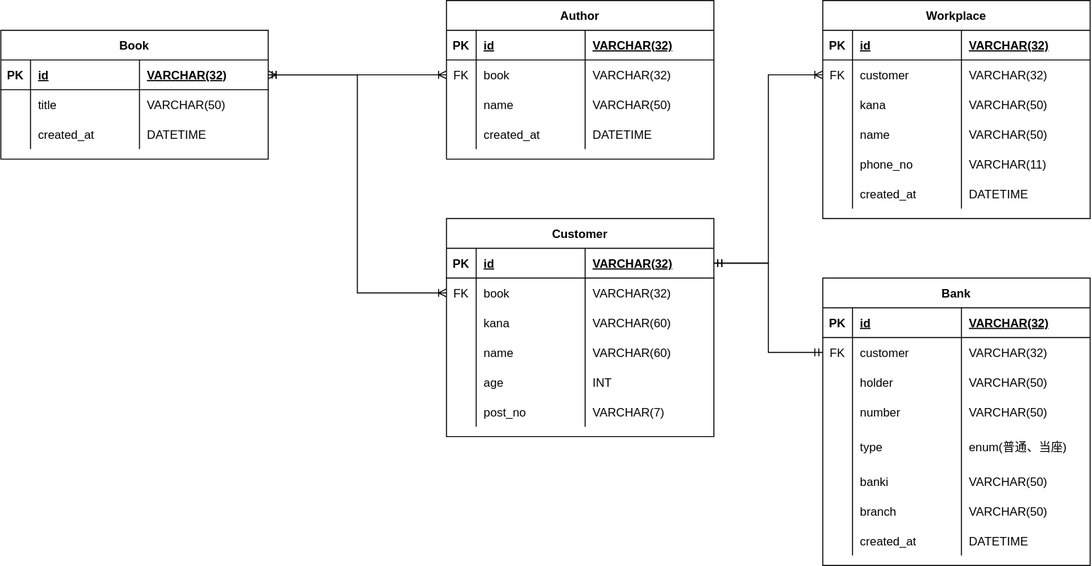
shun198/django-rest-framework keeps this draw.io diagram as 勉強用ER図.drawio.svg. Above is the earlier version. Source tidied: cells renumbered, new cells last; positions are measured from the earlier drawing's top-left corner, leaving out a move shared by most shapes.
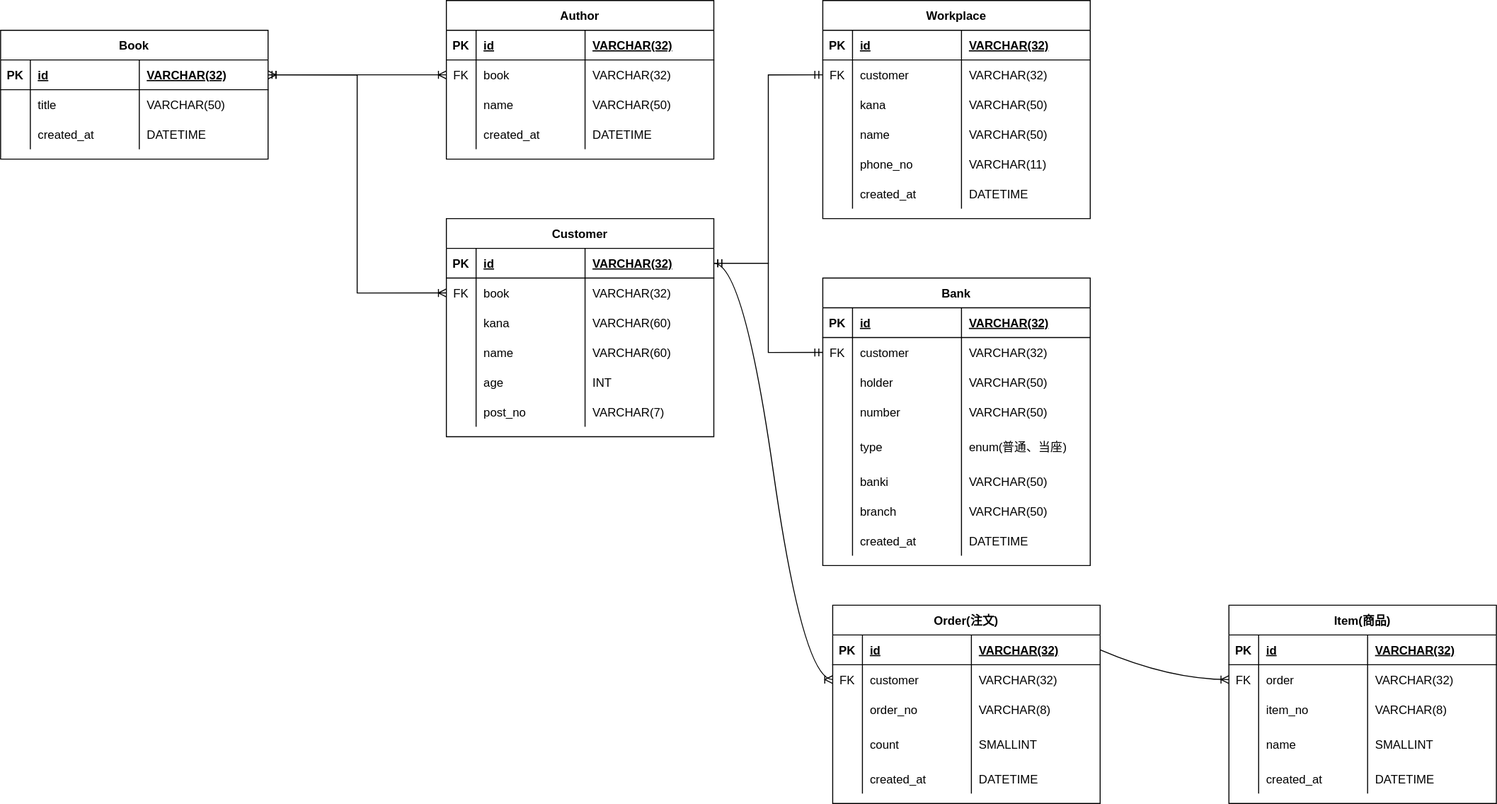
Above is the later version.

Change to the diagram source:
```diff
@@ -248,7 +248,7 @@
     <mxCell id="83" value="DATETIME" style="shape=partialRectangle;overflow=hidden;fillColor=none;top=0;left=0;bottom=0;right=0;align=left;spacingLeft=6;" parent="80" vertex="1">
       <mxGeometry x="140" width="130" height="30" as="geometry" />
     </mxCell>
-    <mxCell id="84" style="edgeStyle=orthogonalEdgeStyle;rounded=0;jettySize=auto;html=1;entryX=0;entryY=0.5;entryDx=0;entryDy=0;startArrow=ERmandOne;startFill=0;endArrow=ERoneToMany;endFill=0;" parent="1" edge="1" source="33" target="64">
+    <mxCell id="84" style="edgeStyle=orthogonalEdgeStyle;rounded=0;jettySize=auto;html=1;entryX=0;entryY=0.5;entryDx=0;entryDy=0;startArrow=ERmandOne;startFill=0;endArrow=ERmandOne;endFill=0;" parent="1" edge="1" source="33" target="64">
       <mxGeometry relative="1" as="geometry" />
     </mxCell>
     <mxCell id="85" value="Bank" style="shape=table;startSize=30;rowLines=0;fontStyle=1;align=center;" parent="1" vertex="1">
@@ -353,5 +353,141 @@
     <mxCell id="118" style="edgeStyle=orthogonalEdgeStyle;rounded=0;jettySize=auto;html=1;entryX=0;entryY=0.5;entryDx=0;entryDy=0;startArrow=ERmandOne;startFill=0;endArrow=ERmandOne;endFill=0;" parent="1" edge="1" source="33" target="90">
       <mxGeometry relative="1" as="geometry" />
     </mxCell>
+    <mxCell id="119" value="Order(注文)" style="shape=table;startSize=30;rowLines=0;fontStyle=1;align=center;" parent="1" vertex="1">
+      <mxGeometry x="840" y="610" width="270" height="200" as="geometry" />
+    </mxCell>
+    <mxCell id="120" style="shape=partialRectangle;fillColor=none;points=[[0,0.5],[1,0.5]];portConstraint=eastwest;top=0;left=0;right=0;bottom=1;" parent="119" vertex="1">
+      <mxGeometry y="30" width="270" height="30" as="geometry" />
+    </mxCell>
+    <mxCell id="121" value="PK" style="shape=partialRectangle;overflow=hidden;fillColor=none;top=0;left=0;bottom=0;right=0;fontStyle=1;" parent="120" vertex="1">
+      <mxGeometry width="30" height="30" as="geometry" />
+    </mxCell>
+    <mxCell id="122" value="id" style="shape=partialRectangle;overflow=hidden;fillColor=none;top=0;left=0;bottom=0;right=0;align=left;spacingLeft=6;fontStyle=5;" parent="120" vertex="1">
+      <mxGeometry x="30" width="110" height="30" as="geometry" />
+    </mxCell>
+    <mxCell id="123" value="VARCHAR(32)" style="shape=partialRectangle;overflow=hidden;fillColor=none;top=0;left=0;bottom=0;right=0;align=left;spacingLeft=6;fontStyle=5;" parent="120" vertex="1">
+      <mxGeometry x="140" width="130" height="30" as="geometry" />
+    </mxCell>
+    <mxCell id="124" style="shape=partialRectangle;fillColor=none;points=[[0,0.5],[1,0.5]];portConstraint=eastwest;top=0;left=0;right=0;bottom=0;" parent="119" vertex="1">
+      <mxGeometry y="60" width="270" height="30" as="geometry" />
+    </mxCell>
+    <mxCell id="125" value=" FK" style="shape=partialRectangle;overflow=hidden;fillColor=none;top=0;left=0;bottom=0;right=0;" parent="124" vertex="1">
+      <mxGeometry width="30" height="30" as="geometry" />
+    </mxCell>
+    <mxCell id="126" value="customer" style="shape=partialRectangle;overflow=hidden;fillColor=none;top=0;left=0;bottom=0;right=0;align=left;spacingLeft=6;" parent="124" vertex="1">
+      <mxGeometry x="30" width="110" height="30" as="geometry" />
+    </mxCell>
+    <mxCell id="127" value="VARCHAR(32)" style="shape=partialRectangle;overflow=hidden;fillColor=none;top=0;left=0;bottom=0;right=0;align=left;spacingLeft=6;" parent="124" vertex="1">
+      <mxGeometry x="140" width="130" height="30" as="geometry" />
+    </mxCell>
+    <mxCell id="128" style="shape=partialRectangle;fillColor=none;top=0;left=0;right=0;bottom=0;" parent="119" vertex="1">
+      <mxGeometry y="90" width="270" height="30" as="geometry" />
+    </mxCell>
+    <mxCell id="129" style="shape=partialRectangle;overflow=hidden;fillColor=none;top=0;left=0;bottom=0;right=0;" parent="128" vertex="1">
+      <mxGeometry width="30" height="30" as="geometry" />
+    </mxCell>
+    <mxCell id="130" value="order_no" style="shape=partialRectangle;overflow=hidden;fillColor=none;top=0;left=0;bottom=0;right=0;align=left;spacingLeft=6;" parent="128" vertex="1">
+      <mxGeometry x="30" width="110" height="30" as="geometry" />
+    </mxCell>
+    <mxCell id="131" value="VARCHAR(8)" style="shape=partialRectangle;overflow=hidden;fillColor=none;top=0;left=0;bottom=0;right=0;align=left;spacingLeft=6;" parent="128" vertex="1">
+      <mxGeometry x="140" width="130" height="30" as="geometry" />
+    </mxCell>
+    <mxCell id="132" style="shape=partialRectangle;fillColor=none;top=0;left=0;right=0;bottom=0;" parent="119" vertex="1">
+      <mxGeometry y="120" width="270" height="40" as="geometry" />
+    </mxCell>
+    <mxCell id="133" style="shape=partialRectangle;overflow=hidden;fillColor=none;top=0;left=0;bottom=0;right=0;" parent="132" vertex="1">
+      <mxGeometry width="30" height="40" as="geometry" />
+    </mxCell>
+    <mxCell id="134" value="count" style="shape=partialRectangle;overflow=hidden;fillColor=none;top=0;left=0;bottom=0;right=0;align=left;spacingLeft=6;" parent="132" vertex="1">
+      <mxGeometry x="30" width="110" height="40" as="geometry" />
+    </mxCell>
+    <mxCell id="135" value="SMALLINT" style="shape=partialRectangle;overflow=hidden;fillColor=none;top=0;left=0;bottom=0;right=0;align=left;spacingLeft=6;" parent="132" vertex="1">
+      <mxGeometry x="140" width="130" height="40" as="geometry" />
+    </mxCell>
+    <mxCell id="136" style="shape=partialRectangle;fillColor=none;top=0;left=0;right=0;bottom=0;" parent="119" vertex="1">
+      <mxGeometry y="160" width="270" height="30" as="geometry" />
+    </mxCell>
+    <mxCell id="137" style="shape=partialRectangle;overflow=hidden;fillColor=none;top=0;left=0;bottom=0;right=0;" parent="136" vertex="1">
+      <mxGeometry width="30" height="30" as="geometry" />
+    </mxCell>
+    <mxCell id="138" value="created_at" style="shape=partialRectangle;overflow=hidden;fillColor=none;top=0;left=0;bottom=0;right=0;align=left;spacingLeft=6;" parent="136" vertex="1">
+      <mxGeometry x="30" width="110" height="30" as="geometry" />
+    </mxCell>
+    <mxCell id="139" value="DATETIME" style="shape=partialRectangle;overflow=hidden;fillColor=none;top=0;left=0;bottom=0;right=0;align=left;spacingLeft=6;" parent="136" vertex="1">
+      <mxGeometry x="140" width="130" height="30" as="geometry" />
+    </mxCell>
+    <mxCell id="140" style="edgeStyle=entityRelationEdgeStyle;fontSize=12;html=1;endArrow=ERoneToMany;curved=1;entryX=0;entryY=0.5;entryDx=0;entryDy=0;" parent="1" edge="1" source="33" target="124">
+      <mxGeometry relative="1" as="geometry" />
+    </mxCell>
+    <mxCell id="141" value="Item(商品)" style="shape=table;startSize=30;rowLines=0;fontStyle=1;align=center;" parent="1" vertex="1">
+      <mxGeometry x="1240" y="610" width="270" height="200" as="geometry" />
+    </mxCell>
+    <mxCell id="142" style="shape=partialRectangle;fillColor=none;top=0;left=0;right=0;bottom=1;" parent="141" vertex="1">
+      <mxGeometry y="30" width="270" height="30" as="geometry" />
+    </mxCell>
+    <mxCell id="143" value="PK" style="shape=partialRectangle;overflow=hidden;fillColor=none;top=0;left=0;bottom=0;right=0;fontStyle=1;" parent="142" vertex="1">
+      <mxGeometry width="30" height="30" as="geometry" />
+    </mxCell>
+    <mxCell id="144" value="id" style="shape=partialRectangle;overflow=hidden;fillColor=none;top=0;left=0;bottom=0;right=0;align=left;spacingLeft=6;fontStyle=5;" parent="142" vertex="1">
+      <mxGeometry x="30" width="110" height="30" as="geometry" />
+    </mxCell>
+    <mxCell id="145" value="VARCHAR(32)" style="shape=partialRectangle;overflow=hidden;fillColor=none;top=0;left=0;bottom=0;right=0;align=left;spacingLeft=6;fontStyle=5;" parent="142" vertex="1">
+      <mxGeometry x="140" width="130" height="30" as="geometry" />
+    </mxCell>
+    <mxCell id="146" style="shape=partialRectangle;fillColor=none;points=[[0,0.5],[1,0.5]];portConstraint=eastwest;top=0;left=0;right=0;bottom=0;" parent="141" vertex="1">
+      <mxGeometry y="60" width="270" height="30" as="geometry" />
+    </mxCell>
+    <mxCell id="147" value=" FK" style="shape=partialRectangle;overflow=hidden;fillColor=none;top=0;left=0;bottom=0;right=0;" parent="146" vertex="1">
+      <mxGeometry width="30" height="30" as="geometry" />
+    </mxCell>
+    <mxCell id="148" value="order" style="shape=partialRectangle;overflow=hidden;fillColor=none;top=0;left=0;bottom=0;right=0;align=left;spacingLeft=6;" parent="146" vertex="1">
+      <mxGeometry x="30" width="110" height="30" as="geometry" />
+    </mxCell>
+    <mxCell id="149" value="VARCHAR(32)" style="shape=partialRectangle;overflow=hidden;fillColor=none;top=0;left=0;bottom=0;right=0;align=left;spacingLeft=6;" parent="146" vertex="1">
+      <mxGeometry x="140" width="130" height="30" as="geometry" />
+    </mxCell>
+    <mxCell id="150" style="shape=partialRectangle;fillColor=none;top=0;left=0;right=0;bottom=0;" parent="141" vertex="1">
+      <mxGeometry y="90" width="270" height="30" as="geometry" />
+    </mxCell>
+    <mxCell id="151" style="shape=partialRectangle;overflow=hidden;fillColor=none;top=0;left=0;bottom=0;right=0;" parent="150" vertex="1">
+      <mxGeometry width="30" height="30" as="geometry" />
+    </mxCell>
+    <mxCell id="152" value="item_no" style="shape=partialRectangle;overflow=hidden;fillColor=none;top=0;left=0;bottom=0;right=0;align=left;spacingLeft=6;" parent="150" vertex="1">
+      <mxGeometry x="30" width="110" height="30" as="geometry" />
+    </mxCell>
+    <mxCell id="153" value="VARCHAR(8)" style="shape=partialRectangle;overflow=hidden;fillColor=none;top=0;left=0;bottom=0;right=0;align=left;spacingLeft=6;" parent="150" vertex="1">
+      <mxGeometry x="140" width="130" height="30" as="geometry" />
+    </mxCell>
+    <mxCell id="154" style="shape=partialRectangle;fillColor=none;top=0;left=0;right=0;bottom=0;" parent="141" vertex="1">
+      <mxGeometry y="120" width="270" height="40" as="geometry" />
+    </mxCell>
+    <mxCell id="155" style="shape=partialRectangle;overflow=hidden;fillColor=none;top=0;left=0;bottom=0;right=0;" parent="154" vertex="1">
+      <mxGeometry width="30" height="40" as="geometry" />
+    </mxCell>
+    <mxCell id="156" value="name" style="shape=partialRectangle;overflow=hidden;fillColor=none;top=0;left=0;bottom=0;right=0;align=left;spacingLeft=6;" parent="154" vertex="1">
+      <mxGeometry x="30" width="110" height="40" as="geometry" />
+    </mxCell>
+    <mxCell id="157" value="SMALLINT" style="shape=partialRectangle;overflow=hidden;fillColor=none;top=0;left=0;bottom=0;right=0;align=left;spacingLeft=6;" parent="154" vertex="1">
+      <mxGeometry x="140" width="130" height="40" as="geometry" />
+    </mxCell>
+    <mxCell id="158" style="shape=partialRectangle;fillColor=none;top=0;left=0;right=0;bottom=0;" parent="141" vertex="1">
+      <mxGeometry y="160" width="270" height="30" as="geometry" />
+    </mxCell>
+    <mxCell id="159" style="shape=partialRectangle;overflow=hidden;fillColor=none;top=0;left=0;bottom=0;right=0;" parent="158" vertex="1">
+      <mxGeometry width="30" height="30" as="geometry" />
+    </mxCell>
+    <mxCell id="160" value="created_at" style="shape=partialRectangle;overflow=hidden;fillColor=none;top=0;left=0;bottom=0;right=0;align=left;spacingLeft=6;" parent="158" vertex="1">
+      <mxGeometry x="30" width="110" height="30" as="geometry" />
+    </mxCell>
+    <mxCell id="161" value="DATETIME" style="shape=partialRectangle;overflow=hidden;fillColor=none;top=0;left=0;bottom=0;right=0;align=left;spacingLeft=6;" parent="158" vertex="1">
+      <mxGeometry x="140" width="130" height="30" as="geometry" />
+    </mxCell>
+    <mxCell id="162" style="edgeStyle=none;html=1;exitX=1;exitY=0.5;exitDx=0;exitDy=0;endArrow=ERoneToMany;endFill=0;curved=1;" parent="1" edge="1" source="120" target="146">
+      <mxGeometry relative="1" as="geometry">
+        <Array as="points">
+          <mxPoint x="1180" y="685" />
+        </Array>
+      </mxGeometry>
+    </mxCell>
   </root>
 </mxGraphModel>
```
